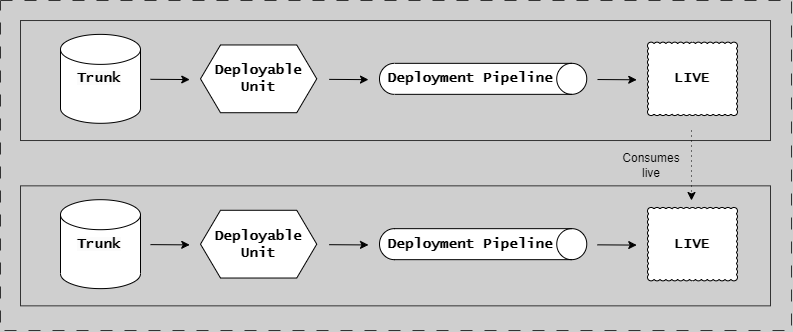
Before: docs/assets/branching/dependency-live.drawio.png, a diagram exported from draw.io (ready-to-release/eac). Source tidied: cells renumbered, new cells last; positions are measured from the earlier drawing's top-left corner, leaving out a move shared by most shapes. The source it was exported from:
```xml
<mxGraphModel background="#CFCFCF">
  <root>
    <mxCell id="0" />
    <mxCell id="1" parent="0" />
    <mxCell id="2" value="Deployable&lt;br style=&quot;font-size: 14px;&quot;&gt;Unit" style="shape=hexagon;perimeter=hexagonPerimeter2;whiteSpace=wrap;html=1;fixedSize=1;fontFamily=Lucida Console;fontStyle=1;fontSize=14;" parent="1" vertex="1">
      <mxGeometry x="200" y="69.5" width="116.2" height="67.8" as="geometry" />
    </mxCell>
    <mxCell id="3" style="shape=cylinder3;whiteSpace=wrap;html=1;boundedLbl=1;backgroundOutline=1;size=15;fontFamily=Lucida Console;fontStyle=1;fontSize=14;" parent="1" vertex="1">
      <mxGeometry x="60" y="58.9" width="80" height="88.9" as="geometry" />
    </mxCell>
    <mxCell id="4" value="LIVE" style="whiteSpace=wrap;html=1;shape=mxgraph.basic.cloud_rect;fontFamily=Lucida Console;fontStyle=1;fontSize=14;" parent="1" vertex="1">
      <mxGeometry x="647" y="66.7" width="90" height="73.4" as="geometry" />
    </mxCell>
    <mxCell id="5" style="endArrow=classic;html=1;rounded=0;fontFamily=Lucida Console;fontStyle=1;fontSize=14;" parent="1" edge="1">
      <mxGeometry relative="1" as="geometry">
        <mxPoint x="597" y="104" as="sourcePoint" />
        <mxPoint x="636.2" y="104.3" as="targetPoint" />
      </mxGeometry>
    </mxCell>
    <mxCell id="6" style="group;strokeColor=#333333;fontFamily=Lucida Console;fontStyle=1;" parent="1" vertex="1">
      <mxGeometry x="20" y="45" width="750" height="120" as="geometry" />
    </mxCell>
    <mxCell id="7" style="endArrow=classic;html=1;rounded=0;fontFamily=Lucida Console;fontStyle=1;fontSize=14;" parent="1" edge="1">
      <mxGeometry relative="1" as="geometry">
        <mxPoint x="328.8" y="103.9" as="sourcePoint" />
        <mxPoint x="368" y="104.1" as="targetPoint" />
      </mxGeometry>
    </mxCell>
    <mxCell id="8" style="endArrow=classic;html=1;rounded=0;fontFamily=Lucida Console;fontStyle=1;fontSize=14;" parent="1" edge="1">
      <mxGeometry relative="1" as="geometry">
        <mxPoint x="150" y="103.8" as="sourcePoint" />
        <mxPoint x="189.2" y="104.1" as="targetPoint" />
      </mxGeometry>
    </mxCell>
    <mxCell id="9" value="&lt;span style=&quot;color: rgb(0, 0, 0); font-family: &amp;quot;Lucida Console&amp;quot;; font-size: 14px; font-style: normal; font-variant-ligatures: normal; font-variant-caps: normal; font-weight: 700; letter-spacing: normal; orphans: 2; text-align: center; text-indent: 0px; text-transform: none; widows: 2; word-spacing: 0px; -webkit-text-stroke-width: 0px; background-color: rgb(251, 251, 251); text-decoration-thickness: initial; text-decoration-style: initial; text-decoration-color: initial; float: none; display: inline !important;&quot;&gt;Trunk&lt;/span&gt;" style="text;whiteSpace=wrap;html=1;" parent="1" vertex="1">
      <mxGeometry x="75" y="88.3" width="60" height="30" as="geometry" />
    </mxCell>
    <mxCell id="10" value="Deployable&lt;br style=&quot;font-size: 14px;&quot;&gt;Unit" style="shape=hexagon;perimeter=hexagonPerimeter2;whiteSpace=wrap;html=1;fixedSize=1;fontFamily=Lucida Console;fontStyle=1;fontSize=14;" parent="1" vertex="1">
      <mxGeometry x="200" y="234.8" width="116.2" height="67.8" as="geometry" />
    </mxCell>
    <mxCell id="11" style="shape=cylinder3;whiteSpace=wrap;html=1;boundedLbl=1;backgroundOutline=1;size=15;fontFamily=Lucida Console;fontStyle=1;fontSize=14;" parent="1" vertex="1">
      <mxGeometry x="60" y="224.2" width="80" height="88.9" as="geometry" />
    </mxCell>
    <mxCell id="12" value="LIVE" style="whiteSpace=wrap;html=1;shape=mxgraph.basic.cloud_rect;fontFamily=Lucida Console;fontStyle=1;fontSize=14;" parent="1" vertex="1">
      <mxGeometry x="647" y="232" width="90" height="73.4" as="geometry" />
    </mxCell>
    <mxCell id="13" style="endArrow=classic;html=1;rounded=0;fontFamily=Lucida Console;fontStyle=1;fontSize=14;" parent="1" edge="1">
      <mxGeometry relative="1" as="geometry">
        <mxPoint x="597" y="269.3" as="sourcePoint" />
        <mxPoint x="636.2" y="269.6" as="targetPoint" />
      </mxGeometry>
    </mxCell>
    <mxCell id="14" style="group;strokeColor=#333333;fontFamily=Lucida Console;fontStyle=1;" parent="1" vertex="1">
      <mxGeometry x="20" y="210.3" width="750" height="120" as="geometry" />
    </mxCell>
    <mxCell id="15" style="endArrow=classic;html=1;rounded=0;fontFamily=Lucida Console;fontStyle=1;fontSize=14;" parent="1" edge="1">
      <mxGeometry relative="1" as="geometry">
        <mxPoint x="328.8" y="269.2" as="sourcePoint" />
        <mxPoint x="368" y="269.4" as="targetPoint" />
      </mxGeometry>
    </mxCell>
    <mxCell id="16" style="endArrow=classic;html=1;rounded=0;fontFamily=Lucida Console;fontStyle=1;fontSize=14;" parent="1" edge="1">
      <mxGeometry relative="1" as="geometry">
        <mxPoint x="150" y="269.1" as="sourcePoint" />
        <mxPoint x="189.2" y="269.4" as="targetPoint" />
      </mxGeometry>
    </mxCell>
    <mxCell id="17" value="&lt;span style=&quot;color: rgb(0, 0, 0); font-family: &amp;quot;Lucida Console&amp;quot;; font-size: 14px; font-style: normal; font-variant-ligatures: normal; font-variant-caps: normal; font-weight: 700; letter-spacing: normal; orphans: 2; text-align: center; text-indent: 0px; text-transform: none; widows: 2; word-spacing: 0px; -webkit-text-stroke-width: 0px; background-color: rgb(251, 251, 251); text-decoration-thickness: initial; text-decoration-style: initial; text-decoration-color: initial; float: none; display: inline !important;&quot;&gt;Trunk&lt;/span&gt;" style="text;whiteSpace=wrap;html=1;" parent="1" vertex="1">
      <mxGeometry x="75" y="253.7" width="60" height="30" as="geometry" />
    </mxCell>
    <mxCell id="18" style="shape=cylinder3;whiteSpace=wrap;html=1;boundedLbl=1;backgroundOutline=1;size=15;rotation=90;fontFamily=Lucida Console;fontStyle=1;fontSize=14;" parent="1" vertex="1">
      <mxGeometry x="467.1" y="165" width="31" height="207.2" as="geometry" />
    </mxCell>
    <mxCell id="19" value="&lt;font style=&quot;font-size: 14px;&quot;&gt;Deployment Pipeline&lt;br style=&quot;font-size: 14px;&quot;&gt;&lt;/font&gt;" style="text;html=1;strokeColor=none;fillColor=none;align=center;verticalAlign=middle;whiteSpace=wrap;rounded=0;fontFamily=Lucida Console;fontStyle=1;fontSize=14;" parent="1" vertex="1">
      <mxGeometry x="380" y="258.7" width="180" height="20" as="geometry" />
    </mxCell>
    <mxCell id="20" style="shape=cylinder3;whiteSpace=wrap;html=1;boundedLbl=1;backgroundOutline=1;size=15;rotation=90;fontFamily=Lucida Console;fontStyle=1;fontSize=14;" parent="1" vertex="1">
      <mxGeometry x="467.1" y="-0.3" width="31" height="207.2" as="geometry" />
    </mxCell>
    <mxCell id="21" value="&lt;font style=&quot;font-size: 14px;&quot;&gt;Deployment Pipeline&lt;br style=&quot;font-size: 14px;&quot;&gt;&lt;/font&gt;" style="text;html=1;strokeColor=none;fillColor=none;align=center;verticalAlign=middle;whiteSpace=wrap;rounded=0;fontFamily=Lucida Console;fontStyle=1;fontSize=14;" parent="1" vertex="1">
      <mxGeometry x="380" y="93.3" width="180" height="20" as="geometry" />
    </mxCell>
    <mxCell id="22" style="group;strokeColor=#333333;dashed=1;dashPattern=12 12;fontFamily=Lucida Console;fontStyle=1;" parent="1" vertex="1">
      <mxGeometry y="25" width="791" height="330" as="geometry" />
    </mxCell>
    <mxCell id="23" style="endArrow=classic;html=1;rounded=0;dashed=1;dashPattern=1 4;" parent="1" edge="1">
      <mxGeometry relative="1" as="geometry">
        <mxPoint x="691" y="155" as="sourcePoint" />
        <mxPoint x="691" y="225" as="targetPoint" />
      </mxGeometry>
    </mxCell>
    <mxCell id="24" value="Consumes&lt;br&gt;live" style="text;html=1;strokeColor=none;fillColor=none;align=center;verticalAlign=middle;whiteSpace=wrap;rounded=0;" parent="1" vertex="1">
      <mxGeometry x="621" y="175" width="60" height="30" as="geometry" />
    </mxCell>
  </root>
</mxGraphModel>
```
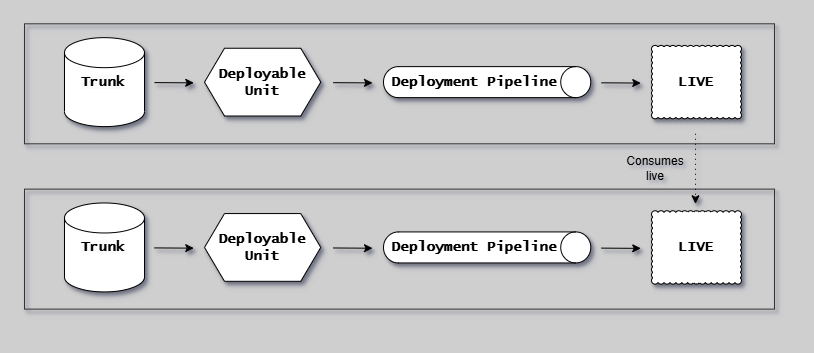
The same file after the commit.

What changed in the source:
```diff
@@ -1,95 +1,95 @@
-<mxGraphModel background="#CFCFCF">
+<mxGraphModel background="#CFCFCF" shadow="1">
   <root>
     <mxCell id="0" />
     <mxCell id="1" parent="0" />
-    <mxCell id="2" value="Deployable&lt;br style=&quot;font-size: 14px;&quot;&gt;Unit" style="shape=hexagon;perimeter=hexagonPerimeter2;whiteSpace=wrap;html=1;fixedSize=1;fontFamily=Lucida Console;fontStyle=1;fontSize=14;" parent="1" vertex="1">
+    <mxCell id="2" value="Deployable&lt;br style=&quot;font-size: 14px;&quot;&gt;Unit" style="shape=hexagon;perimeter=hexagonPerimeter2;whiteSpace=wrap;html=1;fixedSize=1;fontFamily=Lucida Console;fontStyle=1;fontSize=14;shadow=1;" parent="1" vertex="1">
       <mxGeometry x="200" y="69.5" width="116.2" height="67.8" as="geometry" />
     </mxCell>
-    <mxCell id="3" style="shape=cylinder3;whiteSpace=wrap;html=1;boundedLbl=1;backgroundOutline=1;size=15;fontFamily=Lucida Console;fontStyle=1;fontSize=14;" parent="1" vertex="1">
+    <mxCell id="3" style="shape=cylinder3;whiteSpace=wrap;html=1;boundedLbl=1;backgroundOutline=1;size=15;fontFamily=Lucida Console;fontStyle=1;fontSize=14;shadow=1;" parent="1" vertex="1">
       <mxGeometry x="60" y="58.9" width="80" height="88.9" as="geometry" />
     </mxCell>
-    <mxCell id="4" value="LIVE" style="whiteSpace=wrap;html=1;shape=mxgraph.basic.cloud_rect;fontFamily=Lucida Console;fontStyle=1;fontSize=14;" parent="1" vertex="1">
-      <mxGeometry x="647" y="66.7" width="90" height="73.4" as="geometry" />
+    <mxCell id="4" value="LIVE" style="whiteSpace=wrap;html=1;shape=mxgraph.basic.cloud_rect;fontFamily=Lucida Console;fontStyle=1;fontSize=14;shadow=1;" parent="1" vertex="1">
+      <mxGeometry x="647" y="66.6" width="90" height="73.4" as="geometry" />
     </mxCell>
-    <mxCell id="5" style="endArrow=classic;html=1;rounded=0;fontFamily=Lucida Console;fontStyle=1;fontSize=14;" parent="1" edge="1">
+    <mxCell id="5" style="endArrow=classic;html=1;rounded=0;fontFamily=Lucida Console;fontStyle=1;fontSize=14;shadow=1;" parent="1" edge="1">
       <mxGeometry relative="1" as="geometry">
         <mxPoint x="597" y="104" as="sourcePoint" />
         <mxPoint x="636.2" y="104.3" as="targetPoint" />
       </mxGeometry>
     </mxCell>
-    <mxCell id="6" style="group;strokeColor=#333333;fontFamily=Lucida Console;fontStyle=1;" parent="1" vertex="1">
+    <mxCell id="6" style="group;strokeColor=#333333;fontFamily=Lucida Console;fontStyle=1;shadow=1;" parent="1" vertex="1">
       <mxGeometry x="20" y="45" width="750" height="120" as="geometry" />
     </mxCell>
-    <mxCell id="7" style="endArrow=classic;html=1;rounded=0;fontFamily=Lucida Console;fontStyle=1;fontSize=14;" parent="1" edge="1">
+    <mxCell id="7" style="endArrow=classic;html=1;rounded=0;fontFamily=Lucida Console;fontStyle=1;fontSize=14;shadow=1;" parent="1" edge="1">
       <mxGeometry relative="1" as="geometry">
         <mxPoint x="328.8" y="103.9" as="sourcePoint" />
         <mxPoint x="368" y="104.1" as="targetPoint" />
       </mxGeometry>
     </mxCell>
-    <mxCell id="8" style="endArrow=classic;html=1;rounded=0;fontFamily=Lucida Console;fontStyle=1;fontSize=14;" parent="1" edge="1">
+    <mxCell id="8" style="endArrow=classic;html=1;rounded=0;fontFamily=Lucida Console;fontStyle=1;fontSize=14;shadow=1;" parent="1" edge="1">
       <mxGeometry relative="1" as="geometry">
         <mxPoint x="150" y="103.8" as="sourcePoint" />
-        <mxPoint x="189.2" y="104.1" as="targetPoint" />
+        <mxPoint x="189.2" y="104" as="targetPoint" />
       </mxGeometry>
     </mxCell>
-    <mxCell id="9" value="&lt;span style=&quot;color: rgb(0, 0, 0); font-family: &amp;quot;Lucida Console&amp;quot;; font-size: 14px; font-style: normal; font-variant-ligatures: normal; font-variant-caps: normal; font-weight: 700; letter-spacing: normal; orphans: 2; text-align: center; text-indent: 0px; text-transform: none; widows: 2; word-spacing: 0px; -webkit-text-stroke-width: 0px; background-color: rgb(251, 251, 251); text-decoration-thickness: initial; text-decoration-style: initial; text-decoration-color: initial; float: none; display: inline !important;&quot;&gt;Trunk&lt;/span&gt;" style="text;whiteSpace=wrap;html=1;" parent="1" vertex="1">
+    <mxCell id="9" value="&lt;span style=&quot;color: rgb(0, 0, 0); font-family: &amp;quot;Lucida Console&amp;quot;; font-size: 14px; font-style: normal; font-variant-ligatures: normal; font-variant-caps: normal; font-weight: 700; letter-spacing: normal; orphans: 2; text-align: center; text-indent: 0px; text-transform: none; widows: 2; word-spacing: 0px; -webkit-text-stroke-width: 0px; background-color: rgb(251, 251, 251); text-decoration-thickness: initial; text-decoration-style: initial; text-decoration-color: initial; float: none; display: inline !important;&quot;&gt;Trunk&lt;/span&gt;" style="text;whiteSpace=wrap;html=1;shadow=1;" parent="1" vertex="1">
       <mxGeometry x="75" y="88.3" width="60" height="30" as="geometry" />
     </mxCell>
-    <mxCell id="10" value="Deployable&lt;br style=&quot;font-size: 14px;&quot;&gt;Unit" style="shape=hexagon;perimeter=hexagonPerimeter2;whiteSpace=wrap;html=1;fixedSize=1;fontFamily=Lucida Console;fontStyle=1;fontSize=14;" parent="1" vertex="1">
+    <mxCell id="10" value="Deployable&lt;br style=&quot;font-size: 14px;&quot;&gt;Unit" style="shape=hexagon;perimeter=hexagonPerimeter2;whiteSpace=wrap;html=1;fixedSize=1;fontFamily=Lucida Console;fontStyle=1;fontSize=14;shadow=1;" parent="1" vertex="1">
       <mxGeometry x="200" y="234.8" width="116.2" height="67.8" as="geometry" />
     </mxCell>
-    <mxCell id="11" style="shape=cylinder3;whiteSpace=wrap;html=1;boundedLbl=1;backgroundOutline=1;size=15;fontFamily=Lucida Console;fontStyle=1;fontSize=14;" parent="1" vertex="1">
+    <mxCell id="11" style="shape=cylinder3;whiteSpace=wrap;html=1;boundedLbl=1;backgroundOutline=1;size=15;fontFamily=Lucida Console;fontStyle=1;fontSize=14;shadow=1;" parent="1" vertex="1">
       <mxGeometry x="60" y="224.2" width="80" height="88.9" as="geometry" />
     </mxCell>
-    <mxCell id="12" value="LIVE" style="whiteSpace=wrap;html=1;shape=mxgraph.basic.cloud_rect;fontFamily=Lucida Console;fontStyle=1;fontSize=14;" parent="1" vertex="1">
-      <mxGeometry x="647" y="232" width="90" height="73.4" as="geometry" />
+    <mxCell id="12" value="LIVE" style="whiteSpace=wrap;html=1;shape=mxgraph.basic.cloud_rect;fontFamily=Lucida Console;fontStyle=1;fontSize=14;shadow=1;" parent="1" vertex="1">
+      <mxGeometry x="647" y="231.9" width="90" height="73.4" as="geometry" />
     </mxCell>
-    <mxCell id="13" style="endArrow=classic;html=1;rounded=0;fontFamily=Lucida Console;fontStyle=1;fontSize=14;" parent="1" edge="1">
+    <mxCell id="13" style="endArrow=classic;html=1;rounded=0;fontFamily=Lucida Console;fontStyle=1;fontSize=14;shadow=1;" parent="1" edge="1">
       <mxGeometry relative="1" as="geometry">
         <mxPoint x="597" y="269.3" as="sourcePoint" />
         <mxPoint x="636.2" y="269.6" as="targetPoint" />
       </mxGeometry>
     </mxCell>
-    <mxCell id="14" style="group;strokeColor=#333333;fontFamily=Lucida Console;fontStyle=1;" parent="1" vertex="1">
+    <mxCell id="14" style="group;strokeColor=#333333;fontFamily=Lucida Console;fontStyle=1;shadow=1;" parent="1" vertex="1">
       <mxGeometry x="20" y="210.3" width="750" height="120" as="geometry" />
     </mxCell>
-    <mxCell id="15" style="endArrow=classic;html=1;rounded=0;fontFamily=Lucida Console;fontStyle=1;fontSize=14;" parent="1" edge="1">
+    <mxCell id="15" style="endArrow=classic;html=1;rounded=0;fontFamily=Lucida Console;fontStyle=1;fontSize=14;shadow=1;" parent="1" edge="1">
       <mxGeometry relative="1" as="geometry">
         <mxPoint x="328.8" y="269.2" as="sourcePoint" />
         <mxPoint x="368" y="269.4" as="targetPoint" />
       </mxGeometry>
     </mxCell>
-    <mxCell id="16" style="endArrow=classic;html=1;rounded=0;fontFamily=Lucida Console;fontStyle=1;fontSize=14;" parent="1" edge="1">
+    <mxCell id="16" style="endArrow=classic;html=1;rounded=0;fontFamily=Lucida Console;fontStyle=1;fontSize=14;shadow=1;" parent="1" edge="1">
       <mxGeometry relative="1" as="geometry">
         <mxPoint x="150" y="269.1" as="sourcePoint" />
         <mxPoint x="189.2" y="269.4" as="targetPoint" />
       </mxGeometry>
     </mxCell>
-    <mxCell id="17" value="&lt;span style=&quot;color: rgb(0, 0, 0); font-family: &amp;quot;Lucida Console&amp;quot;; font-size: 14px; font-style: normal; font-variant-ligatures: normal; font-variant-caps: normal; font-weight: 700; letter-spacing: normal; orphans: 2; text-align: center; text-indent: 0px; text-transform: none; widows: 2; word-spacing: 0px; -webkit-text-stroke-width: 0px; background-color: rgb(251, 251, 251); text-decoration-thickness: initial; text-decoration-style: initial; text-decoration-color: initial; float: none; display: inline !important;&quot;&gt;Trunk&lt;/span&gt;" style="text;whiteSpace=wrap;html=1;" parent="1" vertex="1">
-      <mxGeometry x="75" y="253.7" width="60" height="30" as="geometry" />
+    <mxCell id="17" value="&lt;span style=&quot;color: rgb(0, 0, 0); font-family: &amp;quot;Lucida Console&amp;quot;; font-size: 14px; font-style: normal; font-variant-ligatures: normal; font-variant-caps: normal; font-weight: 700; letter-spacing: normal; orphans: 2; text-align: center; text-indent: 0px; text-transform: none; widows: 2; word-spacing: 0px; -webkit-text-stroke-width: 0px; background-color: rgb(251, 251, 251); text-decoration-thickness: initial; text-decoration-style: initial; text-decoration-color: initial; float: none; display: inline !important;&quot;&gt;Trunk&lt;/span&gt;" style="text;whiteSpace=wrap;html=1;shadow=1;" parent="1" vertex="1">
+      <mxGeometry x="75" y="253.6" width="60" height="30" as="geometry" />
     </mxCell>
-    <mxCell id="18" style="shape=cylinder3;whiteSpace=wrap;html=1;boundedLbl=1;backgroundOutline=1;size=15;rotation=90;fontFamily=Lucida Console;fontStyle=1;fontSize=14;" parent="1" vertex="1">
+    <mxCell id="18" style="shape=cylinder3;whiteSpace=wrap;html=1;boundedLbl=1;backgroundOutline=1;size=15;rotation=90;fontFamily=Lucida Console;fontStyle=1;fontSize=14;shadow=1;" parent="1" vertex="1">
       <mxGeometry x="467.1" y="165" width="31" height="207.2" as="geometry" />
     </mxCell>
-    <mxCell id="19" value="&lt;font style=&quot;font-size: 14px;&quot;&gt;Deployment Pipeline&lt;br style=&quot;font-size: 14px;&quot;&gt;&lt;/font&gt;" style="text;html=1;strokeColor=none;fillColor=none;align=center;verticalAlign=middle;whiteSpace=wrap;rounded=0;fontFamily=Lucida Console;fontStyle=1;fontSize=14;" parent="1" vertex="1">
-      <mxGeometry x="380" y="258.7" width="180" height="20" as="geometry" />
+    <mxCell id="19" value="&lt;font style=&quot;font-size: 14px;&quot;&gt;Deployment Pipeline&lt;br style=&quot;font-size: 14px;&quot;&gt;&lt;/font&gt;" style="text;html=1;strokeColor=none;fillColor=none;align=center;verticalAlign=middle;whiteSpace=wrap;rounded=0;fontFamily=Lucida Console;fontStyle=1;fontSize=14;shadow=1;" parent="1" vertex="1">
+      <mxGeometry x="380" y="258.6" width="180" height="20" as="geometry" />
     </mxCell>
-    <mxCell id="20" style="shape=cylinder3;whiteSpace=wrap;html=1;boundedLbl=1;backgroundOutline=1;size=15;rotation=90;fontFamily=Lucida Console;fontStyle=1;fontSize=14;" parent="1" vertex="1">
+    <mxCell id="20" style="shape=cylinder3;whiteSpace=wrap;html=1;boundedLbl=1;backgroundOutline=1;size=15;rotation=90;fontFamily=Lucida Console;fontStyle=1;fontSize=14;shadow=1;" parent="1" vertex="1">
       <mxGeometry x="467.1" y="-0.3" width="31" height="207.2" as="geometry" />
     </mxCell>
-    <mxCell id="21" value="&lt;font style=&quot;font-size: 14px;&quot;&gt;Deployment Pipeline&lt;br style=&quot;font-size: 14px;&quot;&gt;&lt;/font&gt;" style="text;html=1;strokeColor=none;fillColor=none;align=center;verticalAlign=middle;whiteSpace=wrap;rounded=0;fontFamily=Lucida Console;fontStyle=1;fontSize=14;" parent="1" vertex="1">
+    <mxCell id="21" value="&lt;font style=&quot;font-size: 14px;&quot;&gt;Deployment Pipeline&lt;br style=&quot;font-size: 14px;&quot;&gt;&lt;/font&gt;" style="text;html=1;strokeColor=none;fillColor=none;align=center;verticalAlign=middle;whiteSpace=wrap;rounded=0;fontFamily=Lucida Console;fontStyle=1;fontSize=14;shadow=1;" parent="1" vertex="1">
       <mxGeometry x="380" y="93.3" width="180" height="20" as="geometry" />
     </mxCell>
-    <mxCell id="22" style="group;strokeColor=#333333;dashed=1;dashPattern=12 12;fontFamily=Lucida Console;fontStyle=1;" parent="1" vertex="1">
+    <mxCell id="22" style="group;strokeColor=none;dashed=1;dashPattern=12 12;fontFamily=Lucida Console;fontStyle=1;shadow=1;" parent="1" vertex="1">
       <mxGeometry y="25" width="791" height="330" as="geometry" />
     </mxCell>
-    <mxCell id="23" style="endArrow=classic;html=1;rounded=0;dashed=1;dashPattern=1 4;" parent="1" edge="1">
+    <mxCell id="23" style="endArrow=classic;html=1;rounded=0;dashed=1;dashPattern=1 4;shadow=1;" parent="1" edge="1">
       <mxGeometry relative="1" as="geometry">
         <mxPoint x="691" y="155" as="sourcePoint" />
         <mxPoint x="691" y="225" as="targetPoint" />
       </mxGeometry>
     </mxCell>
-    <mxCell id="24" value="Consumes&lt;br&gt;live" style="text;html=1;strokeColor=none;fillColor=none;align=center;verticalAlign=middle;whiteSpace=wrap;rounded=0;" parent="1" vertex="1">
+    <mxCell id="24" value="Consumes&lt;br&gt;live" style="text;html=1;strokeColor=none;fillColor=none;align=center;verticalAlign=middle;whiteSpace=wrap;rounded=0;shadow=1;" parent="1" vertex="1">
       <mxGeometry x="621" y="175" width="60" height="30" as="geometry" />
     </mxCell>
   </root>
```
